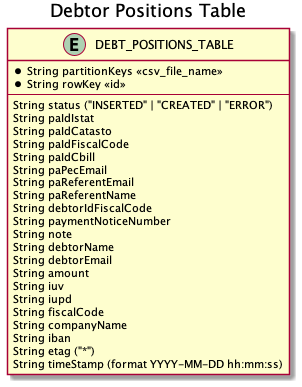
Before: docs/Table-Debtor_Positions_Table.png, a diagram exported from PlantUML (pagopa/pagopa-canone-unico).
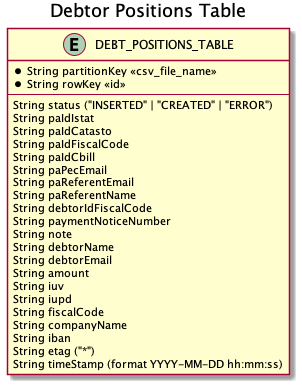
Later version of the same file.

What changed in the source:
```diff
@@ -3,7 +3,7 @@
 title Debtor Positions Table
 
 entity DEBT_POSITIONS_TABLE {
-  * String partitionKeys <<csv_file_name>>
+  * String partitionKey <<csv_file_name>>
   * String rowKey <<id>>
   --
     String status ("INSERTED" | "CREATED" | "ERROR")
```
